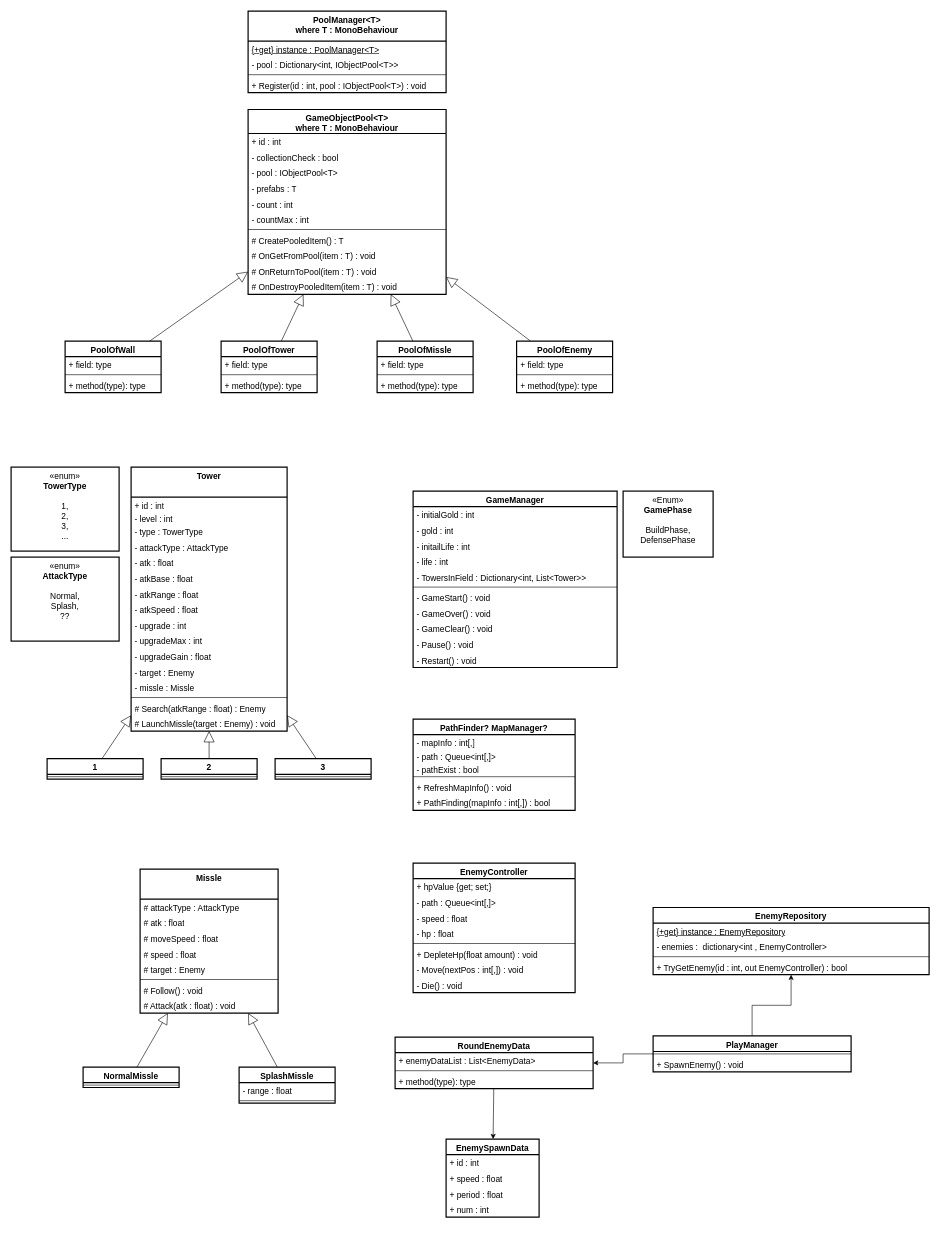
Above: page "페이지-1" (1 of 2) of TD.drawio in app155/ETL_TD (draw.io), before the change. Source tidied: cells renumbered, new cells numbered last; positions are measured from the earlier drawing's top-left corner, leaving out a move shared by most shapes. Both pictures are drawn from the tidied source at 60%, with x=0, y=0 at pixel (11, 11).
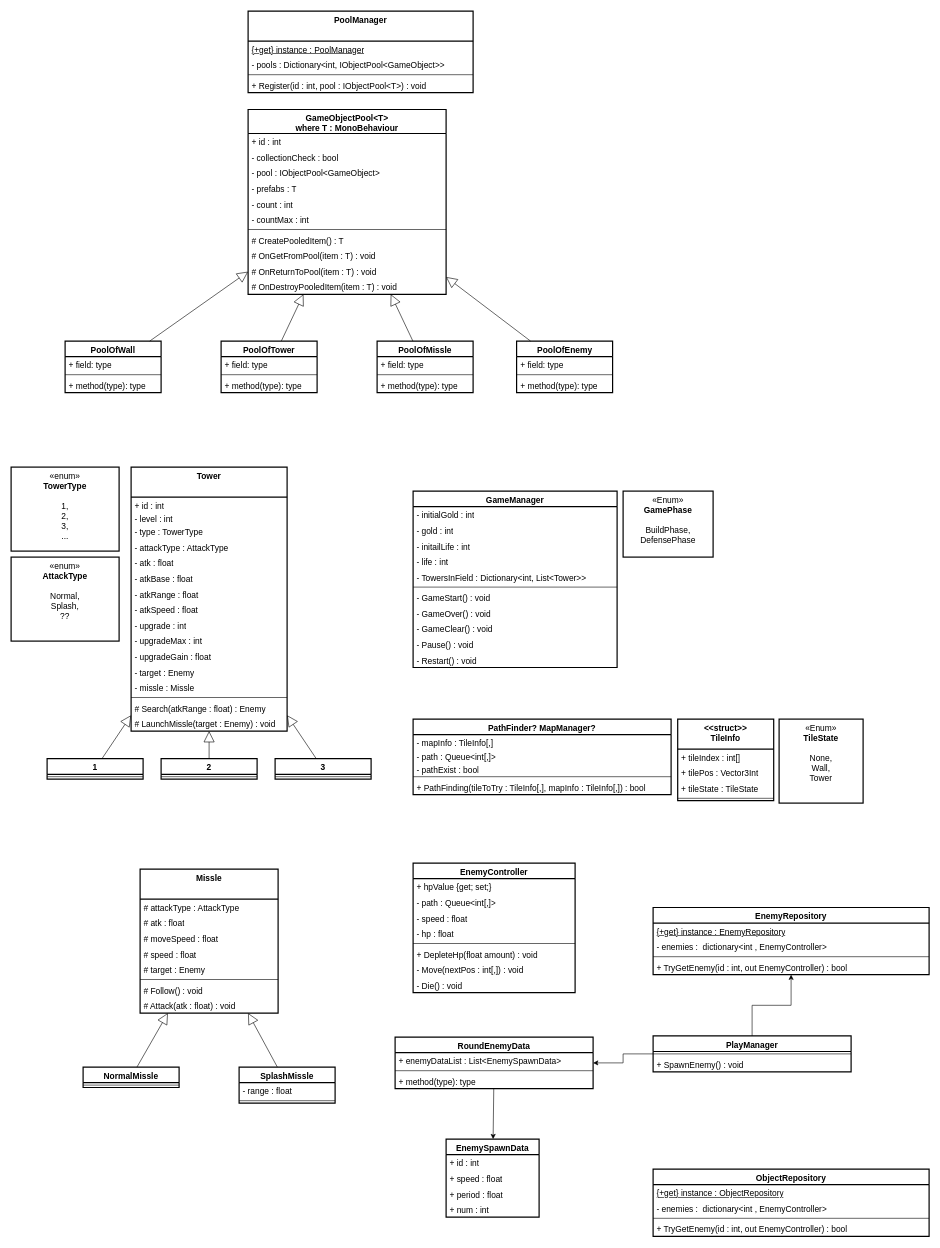
The same page after the edit.

The change refers to these unchanged cells:
```xml
<mxCell id="70" value="RoundEnemyData" style="swimlane;fontStyle=1;align=center;verticalAlign=top;horizontal=1;startSize=26;whiteSpace=wrap;html=1;fillStyle=auto;strokeColor=default;strokeWidth=2;spacingTop=0;spacingBottom=0;spacing=2;fontFamily=Helvetica;fontSize=14;fontColor=default;fillColor=default;" parent="1" vertex="1">
  <mxGeometry x="640" y="1710" width="330" height="86" as="geometry" />
</mxCell>
<mxCell id="100" value="GameObjectPool&amp;lt;T&amp;gt;&lt;br&gt;where T : MonoBehaviour" style="swimlane;fontStyle=1;align=center;verticalAlign=top;horizontal=1;startSize=40;whiteSpace=wrap;html=1;fillStyle=auto;strokeColor=default;strokeWidth=2;spacingTop=0;spacingBottom=0;spacing=2;fontFamily=Helvetica;fontSize=14;fontColor=default;fillColor=default;" parent="1" vertex="1">
  <mxGeometry x="395" y="164" width="330" height="308" as="geometry" />
</mxCell>
```

The edit, as a diff of the source:
```diff
@@
     <mxCell id="39" value="PathFinder? MapManager?" style="swimlane;fontStyle=1;align=center;verticalAlign=top;horizontal=1;startSize=26;whiteSpace=wrap;html=1;fillStyle=auto;strokeColor=default;strokeWidth=2;spacingTop=0;spacingBottom=0;spacing=2;fontFamily=Helvetica;fontSize=14;fontColor=default;fillColor=default;" parent="1" vertex="1">
-      <mxGeometry x="670" y="1180" width="270" height="152" as="geometry" />
+      <mxGeometry x="670" y="1180" width="430" height="126" as="geometry" />
     </mxCell>
-    <mxCell id="40" value="- mapInfo : int[,]" style="text;strokeColor=none;fillColor=none;align=left;verticalAlign=top;spacingLeft=4;spacingRight=4;overflow=hidden;whiteSpace=wrap;html=1;fontSize=14;fontFamily=Helvetica;fontColor=default;" parent="39" vertex="1">
-      <mxGeometry y="26" width="270" height="22" as="geometry" />
+    <mxCell id="40" value="- mapInfo : TileInfo[,]" style="text;strokeColor=none;fillColor=none;align=left;verticalAlign=top;spacingLeft=4;spacingRight=4;overflow=hidden;whiteSpace=wrap;html=1;fontSize=14;fontFamily=Helvetica;fontColor=default;" parent="39" vertex="1">
+      <mxGeometry y="26" width="430" height="22" as="geometry" />
     </mxCell>
     <mxCell id="41" value="- path : Queue&amp;lt;int[,]&amp;gt;" style="text;strokeColor=none;fillColor=none;align=left;verticalAlign=top;spacingLeft=4;spacingRight=4;overflow=hidden;whiteSpace=wrap;html=1;fontSize=14;fontFamily=Helvetica;fontColor=default;" parent="39" vertex="1">
-      <mxGeometry y="48" width="270" height="22" as="geometry" />
+      <mxGeometry y="48" width="430" height="22" as="geometry" />
     </mxCell>
     <mxCell id="42" value="- pathExist : bool" style="text;strokeColor=none;fillColor=none;align=left;verticalAlign=top;spacingLeft=4;spacingRight=4;overflow=hidden;whiteSpace=wrap;html=1;fontSize=14;fontFamily=Helvetica;fontColor=default;" parent="39" vertex="1">
-      <mxGeometry y="70" width="270" height="22" as="geometry" />
+      <mxGeometry y="70" width="430" height="22" as="geometry" />
     </mxCell>
     <mxCell id="43" style="line;strokeWidth=1;fillColor=none;align=left;verticalAlign=middle;spacingTop=-1;spacingLeft=3;spacingRight=3;labelPosition=right;strokeColor=inherit;fillStyle=auto;spacingBottom=0;spacing=2;fontFamily=Helvetica;fontSize=14;fontColor=default;html=1;" parent="39" vertex="1">
-      <mxGeometry y="92" width="270" height="8" as="geometry" />
+      <mxGeometry y="92" width="430" height="8" as="geometry" />
     </mxCell>
-    <mxCell id="44" value="+ RefreshMapInfo() : void" style="text;strokeColor=none;fillColor=none;align=left;verticalAlign=top;spacingLeft=4;spacingRight=4;overflow=hidden;whiteSpace=wrap;html=1;fontSize=14;fontFamily=Helvetica;fontColor=default;" parent="39" vertex="1">
-      <mxGeometry y="100" width="270" height="26" as="geometry" />
-    </mxCell>
-    <mxCell id="45" value="+ PathFinding(mapInfo : int[,]) : bool" style="text;strokeColor=none;fillColor=none;align=left;verticalAlign=top;spacingLeft=4;spacingRight=4;overflow=hidden;whiteSpace=wrap;html=1;fontSize=14;fontFamily=Helvetica;fontColor=default;" parent="39" vertex="1">
-      <mxGeometry y="126" width="270" height="26" as="geometry" />
+    <mxCell id="45" value="+ PathFinding(tileToTry : TileInfo[,], mapInfo : TileInfo[,]) : bool" style="text;strokeColor=none;fillColor=none;align=left;verticalAlign=top;spacingLeft=4;spacingRight=4;overflow=hidden;whiteSpace=wrap;html=1;fontSize=14;fontFamily=Helvetica;fontColor=default;" parent="39" vertex="1">
+      <mxGeometry y="100" width="430" height="26" as="geometry" />
     </mxCell>
@@
-    <mxCell id="71" value="+ enemyDataList : List&amp;lt;EnemyData&amp;gt;" style="text;strokeColor=none;fillColor=none;align=left;verticalAlign=top;spacingLeft=4;spacingRight=4;overflow=hidden;whiteSpace=wrap;html=1;fontSize=14;fontFamily=Helvetica;fontColor=default;" parent="70" vertex="1">
+    <mxCell id="71" value="+ enemyDataList : List&amp;lt;EnemySpawnData&amp;gt;" style="text;strokeColor=none;fillColor=none;align=left;verticalAlign=top;spacingLeft=4;spacingRight=4;overflow=hidden;whiteSpace=wrap;html=1;fontSize=14;fontFamily=Helvetica;fontColor=default;" parent="70" vertex="1">
       <mxGeometry y="26" width="330" height="26" as="geometry" />
     </mxCell>
@@
-    <mxCell id="95" value="PoolManager&amp;lt;T&amp;gt;&lt;br&gt;where T : MonoBehaviour" style="swimlane;fontStyle=1;align=center;verticalAlign=top;horizontal=1;startSize=50;whiteSpace=wrap;html=1;fillStyle=auto;strokeColor=default;strokeWidth=2;spacingTop=0;spacingBottom=0;spacing=2;fontFamily=Helvetica;fontSize=14;fontColor=default;fillColor=default;" parent="1" vertex="1">
-      <mxGeometry x="395" width="330" height="136" as="geometry" />
+    <mxCell id="95" value="PoolManager" style="swimlane;fontStyle=1;align=center;verticalAlign=top;horizontal=1;startSize=50;whiteSpace=wrap;html=1;fillStyle=auto;strokeColor=default;strokeWidth=2;spacingTop=0;spacingBottom=0;spacing=2;fontFamily=Helvetica;fontSize=14;fontColor=default;fillColor=default;" parent="1" vertex="1">
+      <mxGeometry x="395" width="375" height="136" as="geometry" />
     </mxCell>
-    <mxCell id="96" value="&lt;u&gt;{+get} instance : PoolManager&amp;lt;T&amp;gt;&lt;/u&gt;" style="text;strokeColor=none;fillColor=none;align=left;verticalAlign=top;spacingLeft=4;spacingRight=4;overflow=hidden;whiteSpace=wrap;html=1;fontSize=14;fontFamily=Helvetica;fontColor=default;" parent="95" vertex="1">
-      <mxGeometry y="50" width="330" height="26" as="geometry" />
+    <mxCell id="96" value="&lt;u&gt;{+get} instance : PoolManager&lt;/u&gt;" style="text;strokeColor=none;fillColor=none;align=left;verticalAlign=top;spacingLeft=4;spacingRight=4;overflow=hidden;whiteSpace=wrap;html=1;fontSize=14;fontFamily=Helvetica;fontColor=default;" parent="95" vertex="1">
+      <mxGeometry y="50" width="375" height="26" as="geometry" />
     </mxCell>
-    <mxCell id="97" value="- pool : Dictionary&amp;lt;int, IObjectPool&amp;lt;T&amp;gt;&amp;gt;" style="text;strokeColor=none;fillColor=none;align=left;verticalAlign=top;spacingLeft=4;spacingRight=4;overflow=hidden;whiteSpace=wrap;html=1;fontSize=14;fontFamily=Helvetica;fontColor=default;" parent="95" vertex="1">
-      <mxGeometry y="76" width="330" height="26" as="geometry" />
+    <mxCell id="97" value="- pools : Dictionary&amp;lt;int, IObjectPool&amp;lt;GameObject&amp;gt;&amp;gt;" style="text;strokeColor=none;fillColor=none;align=left;verticalAlign=top;spacingLeft=4;spacingRight=4;overflow=hidden;whiteSpace=wrap;html=1;fontSize=14;fontFamily=Helvetica;fontColor=default;" parent="95" vertex="1">
+      <mxGeometry y="76" width="375" height="26" as="geometry" />
     </mxCell>
     <mxCell id="98" style="line;strokeWidth=1;fillColor=none;align=left;verticalAlign=middle;spacingTop=-1;spacingLeft=3;spacingRight=3;labelPosition=right;strokeColor=inherit;fillStyle=auto;spacingBottom=0;spacing=2;fontFamily=Helvetica;fontSize=14;fontColor=default;startSize=50;html=1;" parent="95" vertex="1">
-      <mxGeometry y="102" width="330" height="8" as="geometry" />
+      <mxGeometry y="102" width="375" height="8" as="geometry" />
     </mxCell>
     <mxCell id="99" value="+ Register(id : int, pool : IObjectPool&amp;lt;T&amp;gt;) : void" style="text;strokeColor=none;fillColor=none;align=left;verticalAlign=top;spacingLeft=4;spacingRight=4;overflow=hidden;whiteSpace=wrap;html=1;fontSize=14;fontFamily=Helvetica;fontColor=default;" parent="95" vertex="1">
-      <mxGeometry y="110" width="330" height="26" as="geometry" />
+      <mxGeometry y="110" width="375" height="26" as="geometry" />
     </mxCell>
@@
-    <mxCell id="103" value="- pool : IObjectPool&amp;lt;T&amp;gt;" style="text;strokeColor=none;fillColor=none;align=left;verticalAlign=top;spacingLeft=4;spacingRight=4;overflow=hidden;whiteSpace=wrap;html=1;fontSize=14;fontFamily=Helvetica;fontColor=default;" parent="100" vertex="1">
+    <mxCell id="103" value="- pool : IObjectPool&amp;lt;GameObject&amp;gt;" style="text;strokeColor=none;fillColor=none;align=left;verticalAlign=top;spacingLeft=4;spacingRight=4;overflow=hidden;whiteSpace=wrap;html=1;fontSize=14;fontFamily=Helvetica;fontColor=default;" parent="100" vertex="1">
       <mxGeometry y="92" width="330" height="26" as="geometry" />
     </mxCell>
@@
+    <mxCell id="132" value="&amp;lt;&amp;lt;struct&amp;gt;&amp;gt;&lt;br&gt;TileInfo" style="swimlane;fontStyle=1;align=center;verticalAlign=top;horizontal=1;startSize=50;whiteSpace=wrap;html=1;fillStyle=auto;strokeColor=default;strokeWidth=2;spacingTop=0;spacingBottom=0;spacing=2;fontFamily=Helvetica;fontSize=14;fontColor=default;fillColor=default;" parent="1" vertex="1">
+      <mxGeometry x="1111" y="1180" width="160" height="136" as="geometry" />
+    </mxCell>
+    <mxCell id="133" value="+ tileIndex : int[]" style="text;strokeColor=none;fillColor=none;align=left;verticalAlign=top;spacingLeft=4;spacingRight=4;overflow=hidden;whiteSpace=wrap;html=1;fontSize=14;fontFamily=Helvetica;fontColor=default;" parent="132" vertex="1">
+      <mxGeometry y="50" width="160" height="26" as="geometry" />
+    </mxCell>
+    <mxCell id="134" value="+ tilePos : Vector3Int" style="text;strokeColor=none;fillColor=none;align=left;verticalAlign=top;spacingLeft=4;spacingRight=4;overflow=hidden;whiteSpace=wrap;html=1;fontSize=14;fontFamily=Helvetica;fontColor=default;" parent="132" vertex="1">
+      <mxGeometry y="76" width="160" height="26" as="geometry" />
+    </mxCell>
+    <mxCell id="135" value="+ tileState : TileState" style="text;strokeColor=none;fillColor=none;align=left;verticalAlign=top;spacingLeft=4;spacingRight=4;overflow=hidden;whiteSpace=wrap;html=1;fontSize=14;fontFamily=Helvetica;fontColor=default;" parent="132" vertex="1">
+      <mxGeometry y="102" width="160" height="26" as="geometry" />
+    </mxCell>
+    <mxCell id="136" style="line;strokeWidth=1;fillColor=none;align=left;verticalAlign=middle;spacingTop=-1;spacingLeft=3;spacingRight=3;labelPosition=right;strokeColor=inherit;fillStyle=auto;spacingBottom=0;spacing=2;fontFamily=Helvetica;fontSize=14;fontColor=default;startSize=26;html=1;" parent="132" vertex="1">
+      <mxGeometry y="128" width="160" height="8" as="geometry" />
+    </mxCell>
+    <mxCell id="137" value="«Enum»&lt;br&gt;&lt;b&gt;TileState&lt;/b&gt;&lt;br&gt;&lt;br&gt;None,&lt;br&gt;Wall,&lt;br&gt;Tower" style="html=1;whiteSpace=wrap;fillStyle=auto;strokeColor=default;strokeWidth=2;align=center;verticalAlign=top;spacingTop=0;spacingBottom=0;spacing=2;fontFamily=Helvetica;fontSize=14;fontColor=default;startSize=26;fillColor=default;" parent="1" vertex="1">
+      <mxGeometry x="1280" y="1180" width="140" height="140" as="geometry" />
+    </mxCell>
+    <mxCell id="138" value="ObjectRepository" style="swimlane;fontStyle=1;align=center;verticalAlign=top;horizontal=1;startSize=26;whiteSpace=wrap;html=1;fillStyle=auto;strokeColor=default;strokeWidth=2;spacingTop=0;spacingBottom=0;spacing=2;fontFamily=Helvetica;fontSize=14;fontColor=default;fillColor=default;" parent="1" vertex="1">
+      <mxGeometry x="1070" y="1930" width="460" height="112" as="geometry" />
+    </mxCell>
+    <mxCell id="139" value="&lt;u&gt;{+get} instance : ObjectRepository&lt;/u&gt;" style="text;strokeColor=none;fillColor=none;align=left;verticalAlign=top;spacingLeft=4;spacingRight=4;overflow=hidden;whiteSpace=wrap;html=1;fontSize=14;fontFamily=Helvetica;fontColor=default;" parent="138" vertex="1">
+      <mxGeometry y="26" width="460" height="26" as="geometry" />
+    </mxCell>
+    <mxCell id="140" value="- enemies :&amp;nbsp; dictionary&amp;lt;int , EnemyController&amp;gt;" style="text;strokeColor=none;fillColor=none;align=left;verticalAlign=top;spacingLeft=4;spacingRight=4;overflow=hidden;whiteSpace=wrap;html=1;fontSize=14;fontFamily=Helvetica;fontColor=default;" parent="138" vertex="1">
+      <mxGeometry y="52" width="460" height="26" as="geometry" />
+    </mxCell>
+    <mxCell id="141" style="line;strokeWidth=1;fillColor=none;align=left;verticalAlign=middle;spacingTop=-1;spacingLeft=3;spacingRight=3;labelPosition=right;strokeColor=inherit;fillStyle=auto;spacingBottom=0;spacing=2;fontFamily=Helvetica;fontSize=14;fontColor=default;html=1;" parent="138" vertex="1">
+      <mxGeometry y="78" width="460" height="8" as="geometry" />
+    </mxCell>
+    <mxCell id="142" value="+ TryGetEnemy(id : int, out EnemyController) : bool" style="text;strokeColor=none;fillColor=none;align=left;verticalAlign=top;spacingLeft=4;spacingRight=4;overflow=hidden;whiteSpace=wrap;html=1;fontSize=14;fontFamily=Helvetica;fontColor=default;" parent="138" vertex="1">
+      <mxGeometry y="86" width="460" height="26" as="geometry" />
+    </mxCell>
```
